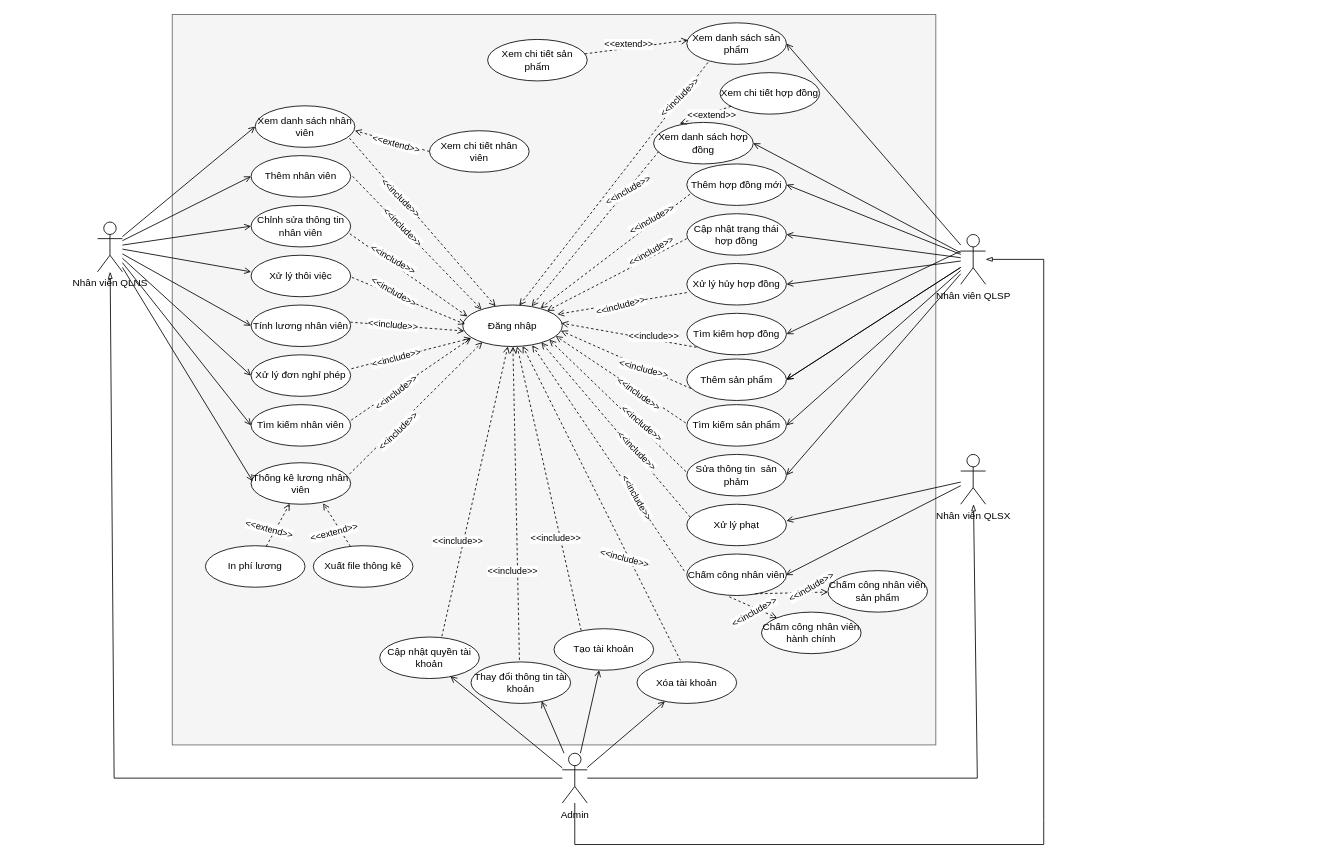
Earlier version of the draw.io diagram UseCase.drawio (TomTom2k/-management-of-a-ceramic-processing-company). Source tidied: cells renumbered, new cells numbered last; positions are measured from the earlier drawing's top-left corner, leaving out a move shared by most shapes. Both pictures are drawn from the tidied source at 83%, with x=0, y=0 at pixel (97, 14).
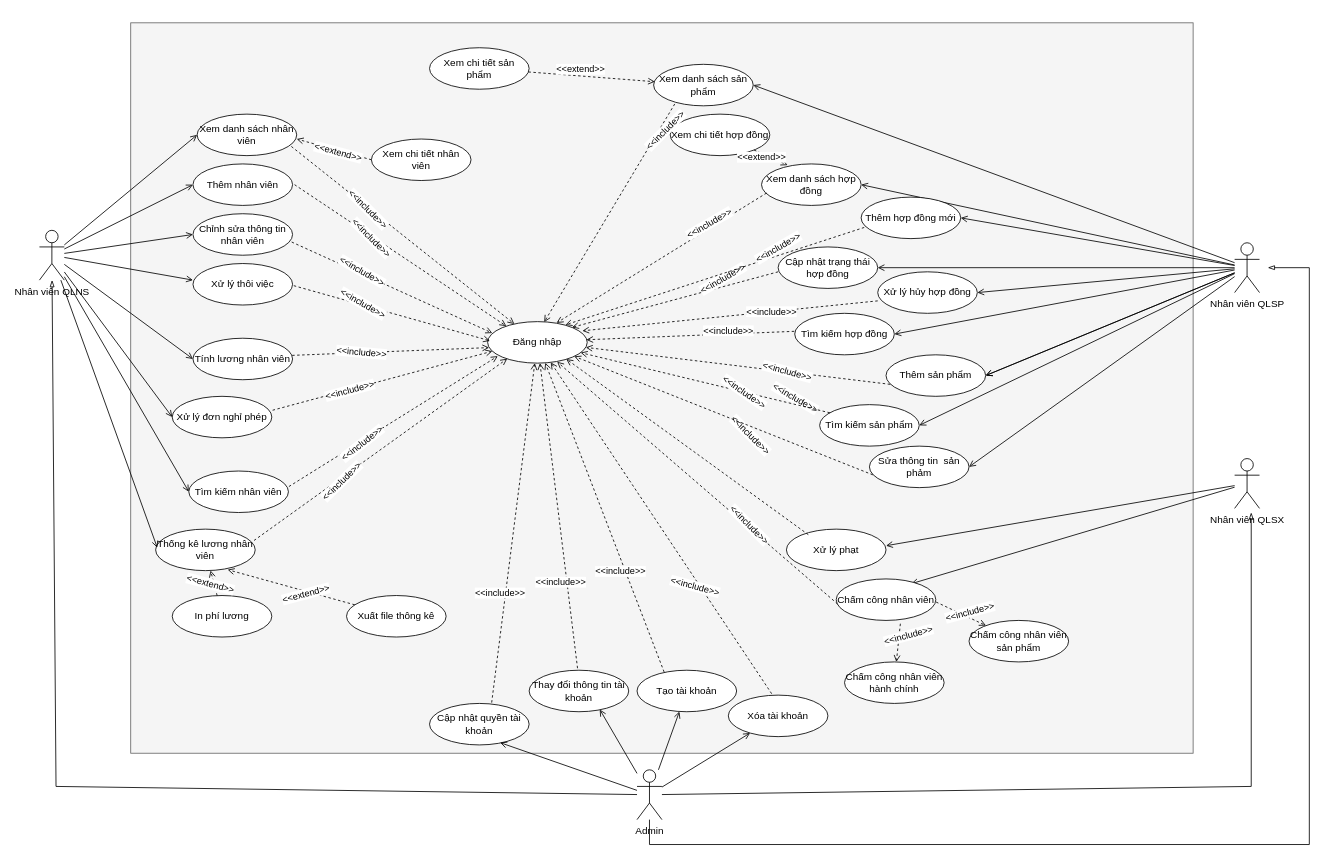
Above is the later version.

Unchanged cells that the change refers to:
```xml
<mxCell id="99" style="endArrow=open;html=1;dashed=1;endFill=0;entryX=0.951;entryY=0.222;entryDx=0;entryDy=0;entryPerimeter=0;exitX=0;exitY=0.7;exitDx=0;exitDy=0;exitPerimeter=0;" parent="1" edge="1" source="30" target="5">
  <mxGeometry relative="1" as="geometry" />
</mxCell>
```

What changed in the source:
```diff
@@
     <mxCell id="2" style="rounded=0;whiteSpace=wrap;html=1;fillColor=#f5f5f5;fontColor=#333333;strokeColor=#666666;" parent="1" vertex="1">
-      <mxGeometry x="90" width="920" height="880" as="geometry" />
+      <mxGeometry x="40" y="10" width="1280" height="880" as="geometry" />
     </mxCell>
-    <mxCell id="3" style="endArrow=open;html=1;endFill=0;entryX=0.992;entryY=0.508;entryDx=0;entryDy=0;entryPerimeter=0;" parent="1" edge="1" source="21" target="47">
+    <mxCell id="3" style="endArrow=open;html=1;endFill=0;entryX=0.754;entryY=0.115;entryDx=0;entryDy=0;entryPerimeter=0;" parent="1" edge="1" source="21" target="47">
       <mxGeometry relative="1" as="geometry" />
     </mxCell>
     <mxCell id="4" value="Nhân viên QLNS" style="shape=umlActor;verticalLabelPosition=bottom;verticalAlign=top;html=1;outlineConnect=0;" parent="1" vertex="1">
-      <mxGeometry y="250" width="30" height="60" as="geometry" />
+      <mxGeometry x="-70" y="260" width="30" height="60" as="geometry" />
     </mxCell>
     <mxCell id="5" value="Đăng nhập" style="ellipse;whiteSpace=wrap;html=1;" parent="1" vertex="1">
-      <mxGeometry x="440" y="350" width="120" height="50" as="geometry" />
+      <mxGeometry x="470" y="370" width="120" height="50" as="geometry" />
     </mxCell>
     <mxCell id="6" value="Xem danh sách nhân viên" style="ellipse;whiteSpace=wrap;html=1;" parent="1" vertex="1">
-      <mxGeometry x="190" y="110" width="120" height="50" as="geometry" />
+      <mxGeometry x="120" y="120" width="120" height="50" as="geometry" />
     </mxCell>
@@
     <mxCell id="10" value="Thêm nhân viên" style="ellipse;whiteSpace=wrap;html=1;" parent="1" vertex="1">
-      <mxGeometry x="185" y="170" width="120" height="50" as="geometry" />
+      <mxGeometry x="115" y="180" width="120" height="50" as="geometry" />
     </mxCell>
@@
     <mxCell id="12" value="Chỉnh sửa thông tin nhân viên" style="ellipse;whiteSpace=wrap;html=1;" parent="1" vertex="1">
-      <mxGeometry x="185" y="230" width="120" height="50" as="geometry" />
+      <mxGeometry x="115" y="240" width="120" height="50" as="geometry" />
     </mxCell>
     <mxCell id="13" value="Tính lương nhân viên" style="ellipse;whiteSpace=wrap;html=1;" parent="1" vertex="1">
-      <mxGeometry x="185" y="350" width="120" height="50" as="geometry" />
+      <mxGeometry x="115" y="390" width="120" height="50" as="geometry" />
     </mxCell>
@@
     <mxCell id="16" value="Xử lý thôi việc" style="ellipse;whiteSpace=wrap;html=1;" parent="1" vertex="1">
-      <mxGeometry x="185" y="290" width="120" height="50" as="geometry" />
+      <mxGeometry x="115" y="300" width="120" height="50" as="geometry" />
     </mxCell>
@@
     <mxCell id="18" value="Nhân viên QLSP" style="shape=umlActor;verticalLabelPosition=bottom;verticalAlign=top;html=1;outlineConnect=0;" parent="1" vertex="1">
-      <mxGeometry x="1040" y="265" width="30" height="60" as="geometry" />
+      <mxGeometry x="1370" y="275" width="30" height="60" as="geometry" />
     </mxCell>
     <mxCell id="19" value="Xử lý đơn nghỉ phép" style="ellipse;whiteSpace=wrap;html=1;" parent="1" vertex="1">
-      <mxGeometry x="185" y="410" width="120" height="50" as="geometry" />
+      <mxGeometry x="90" y="460" width="120" height="50" as="geometry" />
     </mxCell>
     <mxCell id="20" value="Tìm kiếm hợp đồng" style="ellipse;whiteSpace=wrap;html=1;" parent="1" vertex="1">
-      <mxGeometry x="710" y="360" width="120" height="50" as="geometry" />
+      <mxGeometry x="840" y="360" width="120" height="50" as="geometry" />
     </mxCell>
     <mxCell id="21" value="Nhân viên QLSX" style="shape=umlActor;verticalLabelPosition=bottom;verticalAlign=top;html=1;outlineConnect=0;" parent="1" vertex="1">
-      <mxGeometry x="1040" y="530" width="30" height="60" as="geometry" />
+      <mxGeometry x="1370" y="535" width="30" height="60" as="geometry" />
     </mxCell>
@@
     <mxCell id="24" value="Tìm kiếm nhân viên" style="ellipse;whiteSpace=wrap;html=1;" parent="1" vertex="1">
-      <mxGeometry x="185" y="470" width="120" height="50" as="geometry" />
+      <mxGeometry x="110" y="550" width="120" height="50" as="geometry" />
     </mxCell>
     <mxCell id="25" value="Tìm kiếm sản phẩm" style="ellipse;whiteSpace=wrap;html=1;" parent="1" vertex="1">
-      <mxGeometry x="710" y="470" width="120" height="50" as="geometry" />
+      <mxGeometry x="870" y="470" width="120" height="50" as="geometry" />
     </mxCell>
-    <mxCell id="26" style="endArrow=open;html=1;entryX=1;entryY=0.5;entryDx=0;entryDy=0;endFill=0;exitX=0;exitY=0.3333333333333333;exitDx=0;exitDy=0;exitPerimeter=0;" parent="1" edge="1" source="18" target="20">
+    <mxCell id="26" style="endArrow=open;html=1;entryX=1;entryY=0.5;entryDx=0;entryDy=0;endFill=0;" parent="1" edge="1" source="18" target="20">
       <mxGeometry relative="1" as="geometry" />
     </mxCell>
@@
     <mxCell id="28" value="Cập nhật trạng thái hợp đồng" style="ellipse;whiteSpace=wrap;html=1;" parent="1" vertex="1">
-      <mxGeometry x="710" y="240" width="120" height="50" as="geometry" />
+      <mxGeometry x="820" y="280" width="120" height="50" as="geometry" />
     </mxCell>
@@
     <mxCell id="30" value="Xử lý hủy hợp đồng" style="ellipse;whiteSpace=wrap;html=1;" parent="1" vertex="1">
-      <mxGeometry x="710" y="300" width="120" height="50" as="geometry" />
+      <mxGeometry x="940" y="310" width="120" height="50" as="geometry" />
     </mxCell>
@@
     <mxCell id="32" value="Xem danh sách hợp đồng" style="ellipse;whiteSpace=wrap;html=1;" parent="1" vertex="1">
-      <mxGeometry x="670" y="130" width="120" height="50" as="geometry" />
+      <mxGeometry x="800" y="180" width="120" height="50" as="geometry" />
     </mxCell>
@@
     <mxCell id="34" value="Xem chi tiết nhân viên" style="ellipse;whiteSpace=wrap;html=1;" parent="1" vertex="1">
-      <mxGeometry x="400" y="140" width="120" height="50" as="geometry" />
+      <mxGeometry x="330" y="150" width="120" height="50" as="geometry" />
     </mxCell>
     <mxCell id="35" value="Sửa thông tin&amp;nbsp; sản phảm" style="ellipse;whiteSpace=wrap;html=1;" parent="1" vertex="1">
-      <mxGeometry x="710" y="530" width="120" height="50" as="geometry" />
+      <mxGeometry x="930" y="520" width="120" height="50" as="geometry" />
     </mxCell>
@@
     <mxCell id="38" value="Xem danh sách sản phẩm" style="ellipse;whiteSpace=wrap;html=1;" parent="1" vertex="1">
-      <mxGeometry x="710" y="10" width="120" height="50" as="geometry" />
+      <mxGeometry x="670" y="60" width="120" height="50" as="geometry" />
     </mxCell>
-    <mxCell id="39" style="endArrow=open;html=1;endFill=0;entryX=1;entryY=0.5;entryDx=0;entryDy=0;" parent="1" edge="1" source="18" target="38">
-      <mxGeometry relative="1" as="geometry" />
+    <mxCell id="39" style="endArrow=open;html=1;endFill=0;entryX=1;entryY=0.5;entryDx=0;entryDy=0;" parent="1" edge="1" target="38">
+      <mxGeometry relative="1" as="geometry">
+        <mxPoint x="1370" y="299" as="sourcePoint" />
+      </mxGeometry>
     </mxCell>
@@
     <mxCell id="41" value="Xem chi tiết sản phẩm" style="ellipse;whiteSpace=wrap;html=1;" parent="1" vertex="1">
-      <mxGeometry x="470" y="30" width="120" height="50" as="geometry" />
+      <mxGeometry x="400" y="40" width="120" height="50" as="geometry" />
     </mxCell>
@@
     <mxCell id="44" value="Xem chi tiết hợp đồng" style="ellipse;whiteSpace=wrap;html=1;" parent="1" vertex="1">
-      <mxGeometry x="750" y="70" width="120" height="50" as="geometry" />
+      <mxGeometry x="690" y="120" width="120" height="50" as="geometry" />
     </mxCell>
@@
     <mxCell id="47" value="Chấm công nhân viên" style="ellipse;whiteSpace=wrap;html=1;" parent="1" vertex="1">
-      <mxGeometry x="710" y="650" width="120" height="50" as="geometry" />
+      <mxGeometry x="890" y="680" width="120" height="50" as="geometry" />
     </mxCell>
     <mxCell id="48" value="Chấm công nhân viên hành chính" style="ellipse;whiteSpace=wrap;html=1;" parent="1" vertex="1">
-      <mxGeometry x="800" y="720" width="120" height="50" as="geometry" />
+      <mxGeometry x="900" y="780" width="120" height="50" as="geometry" />
     </mxCell>
     <mxCell id="49" value="Chấm công nhân viên sản phẩm" style="ellipse;whiteSpace=wrap;html=1;" parent="1" vertex="1">
-      <mxGeometry x="880" y="670" width="120" height="50" as="geometry" />
+      <mxGeometry x="1050" y="730" width="120" height="50" as="geometry" />
     </mxCell>
-    <mxCell id="50" style="endArrow=open;html=1;dashed=1;endFill=0;exitX=0.686;exitY=0.958;exitDx=0;exitDy=0;exitPerimeter=0;" parent="1" edge="1" source="47" target="49">
+    <mxCell id="50" style="endArrow=open;html=1;dashed=1;endFill=0;exitX=1.003;exitY=0.557;exitDx=0;exitDy=0;exitPerimeter=0;" parent="1" edge="1" source="47" target="49">
       <mxGeometry relative="1" as="geometry" />
     </mxCell>
-    <mxCell id="51" value="&amp;lt;&amp;lt;include&amp;gt;&amp;gt;" style="edgeLabel;html=1;align=center;verticalAlign=middle;rotation=-30;" parent="50" vertex="1">
+    <mxCell id="51" value="&amp;lt;&amp;lt;include&amp;gt;&amp;gt;" style="edgeLabel;html=1;align=center;verticalAlign=middle;rotation=-15;" parent="50" vertex="1">
       <mxGeometry x="-0.36" relative="1" as="geometry">
-        <mxPoint x="39" y="-7" as="offset" />
+        <mxPoint x="21" y="3" as="offset" />
       </mxGeometry>
     </mxCell>
-    <mxCell id="52" style="endArrow=open;html=1;dashed=1;endFill=0;exitX=0.426;exitY=1.031;exitDx=0;exitDy=0;exitPerimeter=0;" parent="1" edge="1" source="47" target="48">
+    <mxCell id="52" style="endArrow=open;html=1;dashed=1;endFill=0;exitX=0.644;exitY=1.079;exitDx=0;exitDy=0;exitPerimeter=0;" parent="1" edge="1" source="47" target="48">
       <mxGeometry relative="1" as="geometry" />
     </mxCell>
-    <mxCell id="53" value="&amp;lt;&amp;lt;include&amp;gt;&amp;gt;" style="edgeLabel;html=1;align=center;verticalAlign=middle;rotation=-30;" parent="52" vertex="1">
+    <mxCell id="53" value="&amp;lt;&amp;lt;include&amp;gt;&amp;gt;" style="edgeLabel;html=1;align=center;verticalAlign=middle;rotation=-15;" parent="52" vertex="1">
       <mxGeometry x="-0.36" relative="1" as="geometry">
-        <mxPoint x="11" y="10" as="offset" />
+        <mxPoint x="11" y="-1" as="offset" />
       </mxGeometry>
     </mxCell>
     <mxCell id="54" value="Thêm hợp đồng mới" style="ellipse;whiteSpace=wrap;html=1;" parent="1" vertex="1">
-      <mxGeometry x="710" y="180" width="120" height="50" as="geometry" />
+      <mxGeometry x="920" y="220" width="120" height="50" as="geometry" />
     </mxCell>
     <mxCell id="55" value="Thống kê lương nhân viên" style="ellipse;whiteSpace=wrap;html=1;" parent="1" vertex="1">
-      <mxGeometry x="185" y="540" width="120" height="50" as="geometry" />
+      <mxGeometry x="70" y="620" width="120" height="50" as="geometry" />
     </mxCell>
@@
     <mxCell id="57" value="Xuất file thông kê" style="ellipse;whiteSpace=wrap;html=1;" parent="1" vertex="1">
-      <mxGeometry x="260" y="640" width="120" height="50" as="geometry" />
+      <mxGeometry x="300" y="700" width="120" height="50" as="geometry" />
     </mxCell>
@@
     <mxCell id="60" value="In phí lương" style="ellipse;whiteSpace=wrap;html=1;" parent="1" vertex="1">
-      <mxGeometry x="130" y="640" width="120" height="50" as="geometry" />
+      <mxGeometry x="90" y="700" width="120" height="50" as="geometry" />
     </mxCell>
@@
     <mxCell id="63" value="Xử lý phạt" style="ellipse;whiteSpace=wrap;html=1;" parent="1" vertex="1">
-      <mxGeometry x="710" y="590" width="120" height="50" as="geometry" />
+      <mxGeometry x="830" y="620" width="120" height="50" as="geometry" />
     </mxCell>
@@
     <mxCell id="65" value="Admin" style="shape=umlActor;verticalLabelPosition=bottom;verticalAlign=top;html=1;outlineConnect=0;" parent="1" vertex="1">
-      <mxGeometry x="560" y="890" width="30" height="60" as="geometry" />
+      <mxGeometry x="650" y="910" width="30" height="60" as="geometry" />
     </mxCell>
@@
     <mxCell id="67" value="Thêm sản phẩm" style="ellipse;whiteSpace=wrap;html=1;" parent="1" vertex="1">
-      <mxGeometry x="710" y="415" width="120" height="50" as="geometry" />
+      <mxGeometry x="950" y="410" width="120" height="50" as="geometry" />
     </mxCell>
     <mxCell id="68" style="endArrow=blockThin;html=1;rounded=0;endFill=0;" parent="1" edge="1" source="65" target="4">
       <mxGeometry relative="1" as="geometry">
         <Array as="points">
-          <mxPoint x="20" y="920" />
+          <mxPoint x="-50" y="930" />
         </Array>
       </mxGeometry>
     </mxCell>
-    <mxCell id="69" style="endArrow=blockThin;html=1;rounded=0;endFill=0;" parent="1" edge="1" source="65" target="18">
+    <mxCell id="69" style="endArrow=blockThin;html=1;rounded=0;endFill=0;" parent="1" edge="1" source="65">
       <mxGeometry relative="1" as="geometry">
+        <mxPoint x="1410" y="305" as="targetPoint" />
         <Array as="points">
-          <mxPoint x="575" y="1000" />
-          <mxPoint x="1140" y="1000" />
-          <mxPoint x="1140" y="970" />
-          <mxPoint x="1140" y="295" />
+          <mxPoint x="665" y="1000" />
+          <mxPoint x="1460" y="1000" />
+          <mxPoint x="1460" y="305" />
         </Array>
       </mxGeometry>
     </mxCell>
-    <mxCell id="70" style="endArrow=blockThin;html=1;rounded=0;endFill=0;" parent="1" edge="1" source="65" target="21">
+    <mxCell id="70" style="endArrow=blockThin;html=1;rounded=0;endFill=0;" parent="1" edge="1" source="65">
       <mxGeometry relative="1" as="geometry">
+        <mxPoint x="1390" y="600" as="targetPoint" />
         <Array as="points">
-          <mxPoint x="1060" y="920" />
+          <mxPoint x="1390" y="930" />
         </Array>
       </mxGeometry>
     </mxCell>
     <mxCell id="71" value="Tạo tài khoản" style="ellipse;whiteSpace=wrap;html=1;" parent="1" vertex="1">
-      <mxGeometry x="550" y="740" width="120" height="50" as="geometry" />
+      <mxGeometry x="650" y="790" width="120" height="50" as="geometry" />
     </mxCell>
@@
     <mxCell id="73" value="Xóa tài khoản" style="ellipse;whiteSpace=wrap;html=1;" parent="1" vertex="1">
-      <mxGeometry x="650" y="780" width="120" height="50" as="geometry" />
+      <mxGeometry x="760" y="820" width="120" height="50" as="geometry" />
     </mxCell>
@@
     <mxCell id="75" value="Thay đổi thông tin tài khoản" style="ellipse;whiteSpace=wrap;html=1;" parent="1" vertex="1">
-      <mxGeometry x="450" y="780" width="120" height="50" as="geometry" />
+      <mxGeometry x="520" y="790" width="120" height="50" as="geometry" />
     </mxCell>
@@
     <mxCell id="77" value="Cập nhật quyền tài khoản" style="ellipse;whiteSpace=wrap;html=1;" parent="1" vertex="1">
-      <mxGeometry x="340" y="750" width="120" height="50" as="geometry" />
+      <mxGeometry x="400" y="830" width="120" height="50" as="geometry" />
     </mxCell>
@@
-    <mxCell id="87" style="endArrow=open;html=1;dashed=1;endFill=0;exitX=-0.026;exitY=0.407;exitDx=0;exitDy=0;exitPerimeter=0;entryX=0.698;entryY=0.969;entryDx=0;entryDy=0;entryPerimeter=0;" parent="1" edge="1" source="47" target="5">
+    <mxCell id="87" style="endArrow=open;html=1;dashed=1;endFill=0;exitX=0.014;exitY=0.604;exitDx=0;exitDy=0;exitPerimeter=0;entryX=0.698;entryY=0.969;entryDx=0;entryDy=0;entryPerimeter=0;" parent="1" edge="1" source="47" target="5">
       <mxGeometry relative="1" as="geometry" />
     </mxCell>
-    <mxCell id="88" value="&amp;lt;&amp;lt;include&amp;gt;&amp;gt;" style="edgeLabel;html=1;align=center;verticalAlign=middle;rotation=60;" parent="87" vertex="1">
+    <mxCell id="88" value="&amp;lt;&amp;lt;include&amp;gt;&amp;gt;" style="edgeLabel;html=1;align=center;verticalAlign=middle;rotation=45;" parent="87" vertex="1">
       <mxGeometry x="-0.36" relative="1" as="geometry">
         <mxPoint x="2" y="-2" as="offset" />
       </mxGeometry>
     </mxCell>
-    <mxCell id="89" style="endArrow=open;html=1;dashed=1;endFill=0;exitX=0.035;exitY=0.313;exitDx=0;exitDy=0;exitPerimeter=0;entryX=0.79;entryY=0.902;entryDx=0;entryDy=0;entryPerimeter=0;" parent="1" edge="1" source="63" target="5">
+    <mxCell id="89" style="endArrow=open;html=1;dashed=1;endFill=0;exitX=0.22;exitY=0.134;exitDx=0;exitDy=0;exitPerimeter=0;entryX=0.79;entryY=0.902;entryDx=0;entryDy=0;entryPerimeter=0;" parent="1" edge="1" source="63" target="5">
       <mxGeometry relative="1" as="geometry" />
     </mxCell>
     <mxCell id="90" value="&amp;lt;&amp;lt;include&amp;gt;&amp;gt;" style="edgeLabel;html=1;align=center;verticalAlign=middle;rotation=45;" parent="89" vertex="1">
       <mxGeometry x="-0.36" relative="1" as="geometry">
-        <mxPoint x="-6" y="-13" as="offset" />
+        <mxPoint x="24" y="-53" as="offset" />
       </mxGeometry>
     </mxCell>
-    <mxCell id="91" style="endArrow=open;html=1;dashed=1;endFill=0;entryX=0.87;entryY=0.837;entryDx=0;entryDy=0;entryPerimeter=0;exitX=-0.009;exitY=0.413;exitDx=0;exitDy=0;exitPerimeter=0;" parent="1" edge="1" source="35" target="5">
+    <mxCell id="91" style="endArrow=open;html=1;dashed=1;endFill=0;entryX=0.87;entryY=0.837;entryDx=0;entryDy=0;entryPerimeter=0;exitX=0.034;exitY=0.692;exitDx=0;exitDy=0;exitPerimeter=0;" parent="1" edge="1" source="35" target="5">
       <mxGeometry relative="1" as="geometry" />
     </mxCell>
-    <mxCell id="92" value="&amp;lt;&amp;lt;include&amp;gt;&amp;gt;" style="edgeLabel;html=1;align=center;verticalAlign=middle;rotation=40;" parent="91" vertex="1">
+    <mxCell id="92" value="&amp;lt;&amp;lt;include&amp;gt;&amp;gt;" style="edgeLabel;html=1;align=center;verticalAlign=middle;rotation=30;" parent="91" vertex="1">
       <mxGeometry x="-0.36" relative="1" as="geometry">
-        <mxPoint y="-8" as="offset" />
+        <mxPoint x="22" y="-48" as="offset" />
       </mxGeometry>
     </mxCell>
-    <mxCell id="93" style="endArrow=open;html=1;dashed=1;endFill=0;entryX=0.934;entryY=0.748;entryDx=0;entryDy=0;entryPerimeter=0;exitX=-0.011;exitY=0.442;exitDx=0;exitDy=0;exitPerimeter=0;" parent="1" edge="1" source="25" target="5">
+    <mxCell id="93" style="endArrow=open;html=1;dashed=1;endFill=0;entryX=0.934;entryY=0.748;entryDx=0;entryDy=0;entryPerimeter=0;exitX=0.103;exitY=0.197;exitDx=0;exitDy=0;exitPerimeter=0;" parent="1" edge="1" source="25" target="5">
       <mxGeometry relative="1" as="geometry" />
     </mxCell>
@@
-    <mxCell id="100" value="&amp;lt;&amp;lt;include&amp;gt;&amp;gt;" style="edgeLabel;html=1;align=center;verticalAlign=middle;rotation=-15;" parent="99" vertex="1">
+    <mxCell id="100" value="&amp;lt;&amp;lt;include&amp;gt;&amp;gt;" style="edgeLabel;html=1;align=center;verticalAlign=middle;rotation=0;" parent="99" vertex="1">
       <mxGeometry x="-0.36" relative="1" as="geometry">
-        <mxPoint x="-30" y="7" as="offset" />
+        <mxPoint x="-15" y="1" as="offset" />
       </mxGeometry>
     </mxCell>
@@
-    <mxCell id="107" style="endArrow=open;html=1;dashed=1;endFill=0;entryX=0.991;entryY=0.437;entryDx=0;entryDy=0;entryPerimeter=0;exitX=0.097;exitY=0.819;exitDx=0;exitDy=0;exitPerimeter=0;" parent="1" edge="1" source="20" target="5">
+    <mxCell id="107" style="endArrow=open;html=1;dashed=1;endFill=0;entryX=0.991;entryY=0.437;entryDx=0;entryDy=0;entryPerimeter=0;exitX=-0.005;exitY=0.434;exitDx=0;exitDy=0;exitPerimeter=0;" parent="1" edge="1" source="20" target="5">
       <mxGeometry relative="1" as="geometry" />
     </mxCell>
@@
-    <mxCell id="119" style="endArrow=open;html=1;dashed=1;endFill=0;exitX=1.008;exitY=0.335;exitDx=0;exitDy=0;exitPerimeter=0;" parent="1" edge="1" source="19">
-      <mxGeometry relative="1" as="geometry">
-        <mxPoint x="450" y="390" as="targetPoint" />
-      </mxGeometry>
+    <mxCell id="119" style="endArrow=open;html=1;dashed=1;endFill=0;exitX=1.008;exitY=0.335;exitDx=0;exitDy=0;exitPerimeter=0;entryX=0.048;entryY=0.712;entryDx=0;entryDy=0;entryPerimeter=0;" parent="1" edge="1" source="19" target="5">
+      <mxGeometry relative="1" as="geometry" />
     </mxCell>
@@
-    <mxCell id="121" style="endArrow=open;html=1;dashed=1;endFill=0;exitX=1.005;exitY=0.374;exitDx=0;exitDy=0;exitPerimeter=0;" parent="1" edge="1" source="24">
-      <mxGeometry relative="1" as="geometry">
-        <mxPoint x="450" y="390" as="targetPoint" />
-      </mxGeometry>
+    <mxCell id="121" style="endArrow=open;html=1;dashed=1;endFill=0;exitX=1.005;exitY=0.374;exitDx=0;exitDy=0;exitPerimeter=0;entryX=0.102;entryY=0.832;entryDx=0;entryDy=0;entryPerimeter=0;" parent="1" edge="1" source="24" target="5">
+      <mxGeometry relative="1" as="geometry" />
     </mxCell>
```
